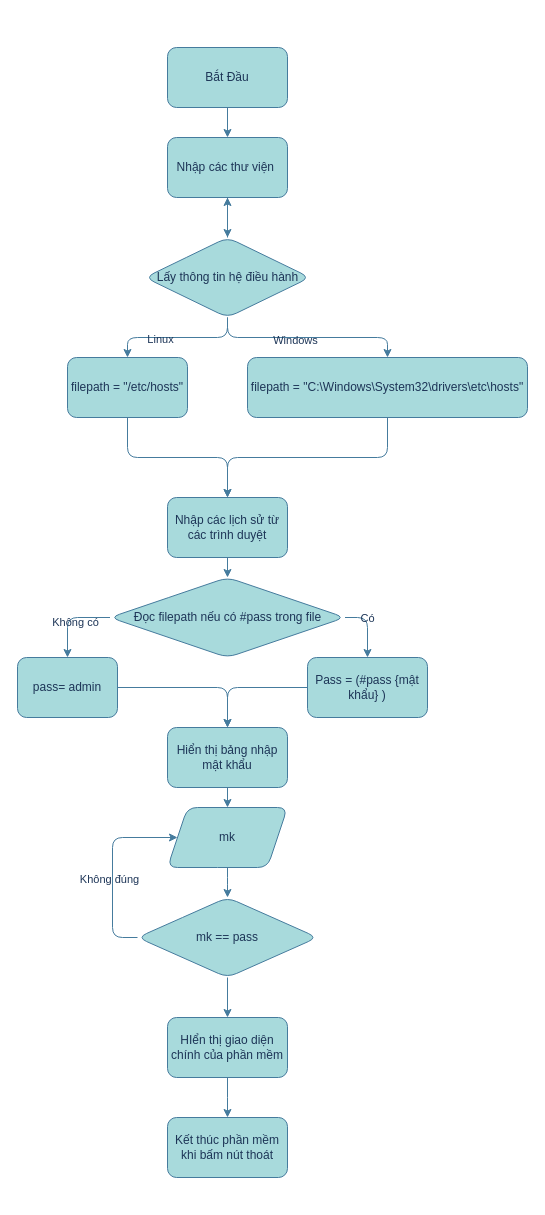
The draw.io diagram Biểu đồ không có tiêu đề.drawio in PlaymakerVN/KHKT-2023-1, before the edit. Source tidied: cells renumbered, new cells numbered last; positions are measured from the earlier drawing's top-left corner, leaving out a move shared by most shapes. Both pictures are drawn from the tidied source at 100%, with x=0, y=0 at pixel (17, 47).
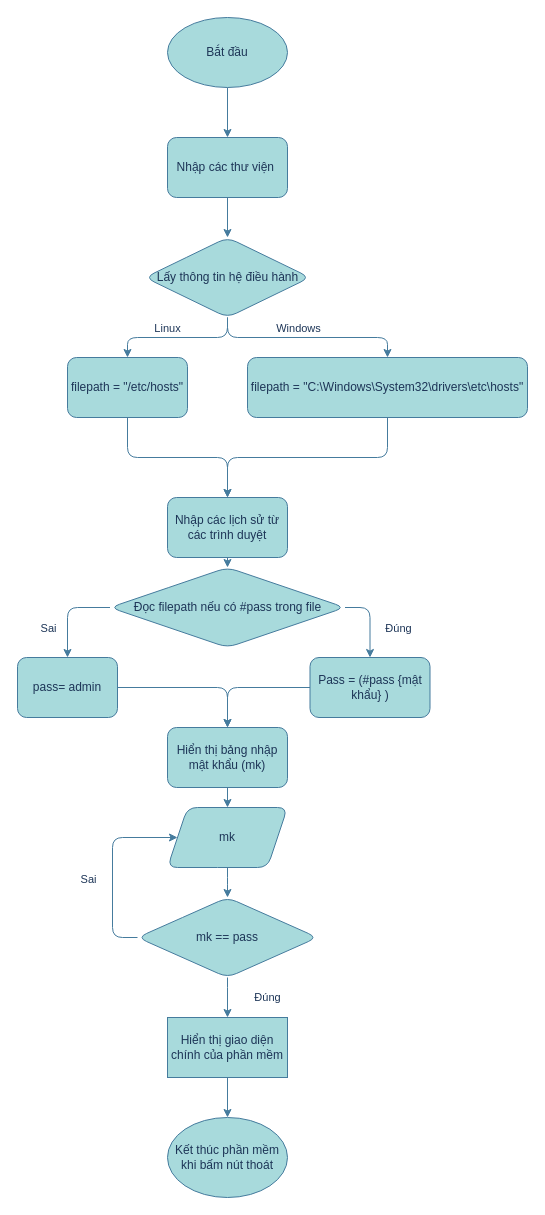
After the change.

The change refers to these unchanged cells:
```xml
<mxCell id="4" style="edgeStyle=orthogonalEdgeStyle;rounded=1;jettySize=auto;html=1;exitX=0.5;exitY=1;exitDx=0;exitDy=0;labelBackgroundColor=none;strokeColor=#457B9D;fontColor=default;" parent="1" edge="1" source="9" target="13">
  <mxGeometry relative="1" as="geometry" />
</mxCell>
<mxCell id="6" style="edgeStyle=orthogonalEdgeStyle;rounded=1;jettySize=auto;html=1;exitX=0.5;exitY=1;exitDx=0;exitDy=0;labelBackgroundColor=none;strokeColor=#457B9D;fontColor=default;" parent="1" edge="1" source="9" target="11">
  <mxGeometry relative="1" as="geometry" />
</mxCell>
<mxCell id="9" value="Lấy thông tin hệ điều hành" style="rhombus;whiteSpace=wrap;html=1;labelBackgroundColor=none;fillColor=#A8DADC;strokeColor=#457B9D;fontColor=#1D3557;rounded=1;" parent="1" vertex="1">
  <mxGeometry x="127.5" y="190" width="165" height="80" as="geometry" />
</mxCell>
<mxCell id="14" style="edgeStyle=orthogonalEdgeStyle;rounded=1;jettySize=auto;html=1;exitX=0;exitY=0.5;exitDx=0;exitDy=0;entryX=0.5;entryY=0;entryDx=0;entryDy=0;labelBackgroundColor=none;strokeColor=#457B9D;fontColor=default;" parent="1" edge="1" source="18" target="20">
  <mxGeometry relative="1" as="geometry" />
</mxCell>
<mxCell id="16" style="edgeStyle=orthogonalEdgeStyle;rounded=1;jettySize=auto;html=1;exitX=1;exitY=0.5;exitDx=0;exitDy=0;labelBackgroundColor=none;strokeColor=#457B9D;fontColor=default;" parent="1" edge="1" source="18" target="22">
  <mxGeometry relative="1" as="geometry" />
</mxCell>
<mxCell id="26" value="mk" style="shape=parallelogram;perimeter=parallelogramPerimeter;whiteSpace=wrap;html=1;fixedSize=1;labelBackgroundColor=none;fillColor=#A8DADC;strokeColor=#457B9D;fontColor=#1D3557;rounded=1;" parent="1" vertex="1">
  <mxGeometry x="150" y="760" width="120" height="60" as="geometry" />
</mxCell>
<mxCell id="30" value="mk == pass" style="rhombus;whiteSpace=wrap;html=1;labelBackgroundColor=none;fillColor=#A8DADC;strokeColor=#457B9D;fontColor=#1D3557;rounded=1;" parent="1" vertex="1">
  <mxGeometry x="120" y="850" width="180" height="80" as="geometry" />
</mxCell>
<mxCell id="36" value="Nhập các thư viện&amp;nbsp;" style="rounded=1;whiteSpace=wrap;html=1;labelBackgroundColor=none;fillColor=#A8DADC;strokeColor=#457B9D;fontColor=#1D3557;" parent="1" vertex="1">
  <mxGeometry x="150" y="90" width="120" height="60" as="geometry" />
</mxCell>
```

What changed in the source:
```diff
@@
-    <mxCell id="2" style="edgeStyle=orthogonalEdgeStyle;rounded=1;jettySize=auto;html=1;exitX=0.5;exitY=1;exitDx=0;exitDy=0;entryX=0.5;entryY=0;entryDx=0;entryDy=0;labelBackgroundColor=none;strokeColor=#457B9D;fontColor=default;" parent="1" edge="1" source="3" target="36">
-      <mxGeometry relative="1" as="geometry" />
-    </mxCell>
-    <mxCell id="3" value="Bắt Đầu" style="rounded=1;whiteSpace=wrap;html=1;labelBackgroundColor=none;fillColor=#A8DADC;strokeColor=#457B9D;fontColor=#1D3557;" parent="1" vertex="1">
-      <mxGeometry x="150" width="120" height="60" as="geometry" />
-    </mxCell>
@@
     <mxCell id="5" value="Linux" style="edgeLabel;html=1;align=center;verticalAlign=middle;labelBackgroundColor=none;fontColor=#1D3557;rounded=1;" parent="4" vertex="1">
-      <mxGeometry x="0.25" y="1" relative="1" as="geometry" />
+      <mxGeometry x="0.25" y="1" relative="1" as="geometry">
+        <mxPoint x="7" y="-11" as="offset" />
+      </mxGeometry>
     </mxCell>
@@
     <mxCell id="7" value="Windows" style="edgeLabel;html=1;align=center;verticalAlign=middle;labelBackgroundColor=none;fontColor=#1D3557;rounded=1;" parent="6" vertex="1">
-      <mxGeometry x="-0.13" y="-2" relative="1" as="geometry" />
+      <mxGeometry x="-0.13" y="-2" relative="1" as="geometry">
+        <mxPoint x="3" y="-12" as="offset" />
+      </mxGeometry>
     </mxCell>
-    <mxCell id="8" style="edgeStyle=orthogonalEdgeStyle;rounded=0;jettySize=auto;html=1;labelBackgroundColor=none;strokeColor=#457B9D;fontColor=default;" parent="1" edge="1" source="9" target="36">
-      <mxGeometry relative="1" as="geometry" />
-    </mxCell>
@@
-    <mxCell id="15" value="Không có" style="edgeLabel;html=1;align=center;verticalAlign=middle;labelBackgroundColor=none;fontColor=#1D3557;rounded=1;" parent="14" vertex="1">
-      <mxGeometry x="-0.16" y="4" relative="1" as="geometry" />
+    <mxCell id="15" value="Sai" style="edgeLabel;html=1;align=center;verticalAlign=middle;labelBackgroundColor=none;fontColor=#1D3557;rounded=1;" parent="14" vertex="1">
+      <mxGeometry x="-0.16" y="4" relative="1" as="geometry">
+        <mxPoint x="-23" y="16" as="offset" />
+      </mxGeometry>
     </mxCell>
@@
-    <mxCell id="17" value="Có&lt;br&gt;" style="edgeLabel;html=1;align=center;verticalAlign=middle;labelBackgroundColor=none;fontColor=#1D3557;rounded=1;" parent="16" vertex="1">
-      <mxGeometry x="-0.28" y="-1" relative="1" as="geometry" />
+    <mxCell id="17" value="Đúng" style="edgeLabel;html=1;align=center;verticalAlign=middle;labelBackgroundColor=none;fontColor=#1D3557;rounded=1;" parent="16" vertex="1">
+      <mxGeometry x="-0.28" y="-1" relative="1" as="geometry">
+        <mxPoint x="29" y="18" as="offset" />
+      </mxGeometry>
     </mxCell>
     <mxCell id="18" value="Đọc filepath nếu có #pass trong file" style="rhombus;whiteSpace=wrap;html=1;labelBackgroundColor=none;fillColor=#A8DADC;strokeColor=#457B9D;fontColor=#1D3557;rounded=1;" parent="1" vertex="1">
-      <mxGeometry x="92.5" y="530" width="235" height="80" as="geometry" />
+      <mxGeometry x="92.5" y="520" width="235" height="80" as="geometry" />
     </mxCell>
@@
     <mxCell id="22" value="Pass = (#pass {mật khẩu} )" style="rounded=1;whiteSpace=wrap;html=1;labelBackgroundColor=none;fillColor=#A8DADC;strokeColor=#457B9D;fontColor=#1D3557;" parent="1" vertex="1">
-      <mxGeometry x="290" y="610" width="120" height="60" as="geometry" />
+      <mxGeometry x="292.5" y="610" width="120" height="60" as="geometry" />
     </mxCell>
@@
-    <mxCell id="24" value="Hiển thị bảng nhập mật khẩu" style="rounded=1;whiteSpace=wrap;html=1;labelBackgroundColor=none;fillColor=#A8DADC;strokeColor=#457B9D;fontColor=#1D3557;" parent="1" vertex="1">
+    <mxCell id="24" value="Hiển thị bảng nhập mật khẩu (mk)" style="rounded=1;whiteSpace=wrap;html=1;labelBackgroundColor=none;fillColor=#A8DADC;strokeColor=#457B9D;fontColor=#1D3557;" parent="1" vertex="1">
       <mxGeometry x="150" y="680" width="120" height="60" as="geometry" />
     </mxCell>
@@
-    <mxCell id="27" style="edgeStyle=orthogonalEdgeStyle;rounded=1;jettySize=auto;html=1;exitX=0;exitY=0.5;exitDx=0;exitDy=0;entryX=0;entryY=0.5;entryDx=0;entryDy=0;labelBackgroundColor=none;strokeColor=#457B9D;fontColor=default;" parent="1" edge="1" source="30" target="26">
+    <mxCell id="27" style="edgeStyle=orthogonalEdgeStyle;rounded=1;jettySize=auto;html=1;entryX=0;entryY=0.5;entryDx=0;entryDy=0;labelBackgroundColor=none;strokeColor=#457B9D;fontColor=default;" parent="1" edge="1" source="30" target="26">
       <mxGeometry relative="1" as="geometry">
         <Array as="points">
           <mxPoint x="95" y="890" />
           <mxPoint x="95" y="790" />
         </Array>
       </mxGeometry>
     </mxCell>
-    <mxCell id="28" value="Không đúng" style="edgeLabel;html=1;align=center;verticalAlign=middle;labelBackgroundColor=none;fontColor=#1D3557;rounded=1;" parent="27" vertex="1">
-      <mxGeometry x="-0.12" y="4" relative="1" as="geometry" />
+    <mxCell id="28" value="Sai" style="edgeLabel;html=1;align=center;verticalAlign=middle;labelBackgroundColor=none;fontColor=#1D3557;rounded=1;" parent="27" vertex="1">
+      <mxGeometry x="-0.12" y="4" relative="1" as="geometry">
+        <mxPoint x="-21" as="offset" />
+      </mxGeometry>
     </mxCell>
-    <mxCell id="29" style="edgeStyle=orthogonalEdgeStyle;rounded=1;jettySize=auto;html=1;exitX=0.5;exitY=1;exitDx=0;exitDy=0;strokeColor=#457B9D;fontColor=default;labelBackgroundColor=none;" parent="1" edge="1" source="30" target="32">
-      <mxGeometry relative="1" as="geometry" />
-    </mxCell>
+    <mxCell id="38" value="Đúng" style="edgeStyle=orthogonalEdgeStyle;rounded=0;jettySize=auto;html=1;strokeColor=#457B9D;fontColor=#1D3557;fillColor=#A8DADC;" parent="1" edge="1" source="30" target="42">
+      <mxGeometry y="40" relative="1" as="geometry">
+        <Array as="points">
+          <mxPoint x="210" y="940" />
+          <mxPoint x="210" y="940" />
+        </Array>
+      </mxGeometry>
+    </mxCell>
@@
-    <mxCell id="31" style="edgeStyle=orthogonalEdgeStyle;rounded=0;jettySize=auto;html=1;exitX=0.5;exitY=1;exitDx=0;exitDy=0;entryX=0.5;entryY=0;entryDx=0;entryDy=0;labelBackgroundColor=none;strokeColor=#457B9D;fontColor=default;" parent="1" edge="1" source="32">
-      <mxGeometry relative="1" as="geometry">
-        <mxPoint x="210" y="1070" as="targetPoint" />
-      </mxGeometry>
-    </mxCell>
-    <mxCell id="32" value="HIển thị giao diện chính của phần mềm" style="rounded=1;whiteSpace=wrap;html=1;labelBackgroundColor=none;fillColor=#A8DADC;strokeColor=#457B9D;fontColor=#1D3557;" parent="1" vertex="1">
-      <mxGeometry x="150" y="970" width="120" height="60" as="geometry" />
-    </mxCell>
@@
-    <mxCell id="35" style="edgeStyle=orthogonalEdgeStyle;rounded=1;jettySize=auto;html=1;exitX=0.5;exitY=1;exitDx=0;exitDy=0;entryX=0.5;entryY=0;entryDx=0;entryDy=0;labelBackgroundColor=none;strokeColor=#457B9D;fontColor=default;" parent="1" edge="1" source="36" target="9">
+    <mxCell id="35" style="edgeStyle=orthogonalEdgeStyle;rounded=1;jettySize=auto;html=1;labelBackgroundColor=none;strokeColor=#457B9D;fontColor=default;" parent="1" edge="1" source="36" target="9">
       <mxGeometry relative="1" as="geometry" />
     </mxCell>
@@
+    <mxCell id="39" style="edgeStyle=orthogonalEdgeStyle;rounded=1;jettySize=auto;html=1;labelBackgroundColor=none;strokeColor=#457B9D;fontColor=default;" parent="1" edge="1" source="40" target="36">
+      <mxGeometry relative="1" as="geometry" />
+    </mxCell>
+    <mxCell id="40" value="Bắt đầu" style="ellipse;whiteSpace=wrap;html=1;labelBackgroundColor=none;fillColor=#A8DADC;strokeColor=#457B9D;fontColor=#1D3557;rounded=1;" parent="1" vertex="1">
+      <mxGeometry x="150" y="-30" width="120" height="70" as="geometry" />
+    </mxCell>
-    <mxCell id="37" value="Kết thúc phần mềm khi bấm nút thoát" style="rounded=1;whiteSpace=wrap;html=1;strokeColor=#457B9D;fontColor=#1D3557;fillColor=#A8DADC;" parent="1" vertex="1">
-      <mxGeometry x="150" y="1070" width="120" height="60" as="geometry" />
+    <mxCell id="37" value="Kết thúc phần mềm khi bấm nút thoát" style="ellipse;whiteSpace=wrap;html=1;labelBackgroundColor=none;fillColor=#A8DADC;strokeColor=#457B9D;fontColor=#1D3557;rounded=1;" parent="1" vertex="1">
+      <mxGeometry x="150" y="1070" width="120" height="80" as="geometry" />
     </mxCell>
+    <mxCell id="41" style="edgeStyle=orthogonalEdgeStyle;rounded=0;jettySize=auto;html=1;strokeColor=#457B9D;fontColor=#1D3557;fillColor=#A8DADC;" parent="1" edge="1" source="42" target="37">
+      <mxGeometry relative="1" as="geometry" />
+    </mxCell>
+    <mxCell id="42" value="Hiển thị giao diện chính của phần mềm" style="whiteSpace=wrap;html=1;strokeColor=#457B9D;fontColor=#1D3557;fillColor=#A8DADC;" parent="1" vertex="1">
+      <mxGeometry x="150" y="970" width="120" height="60" as="geometry" />
+    </mxCell>
```
